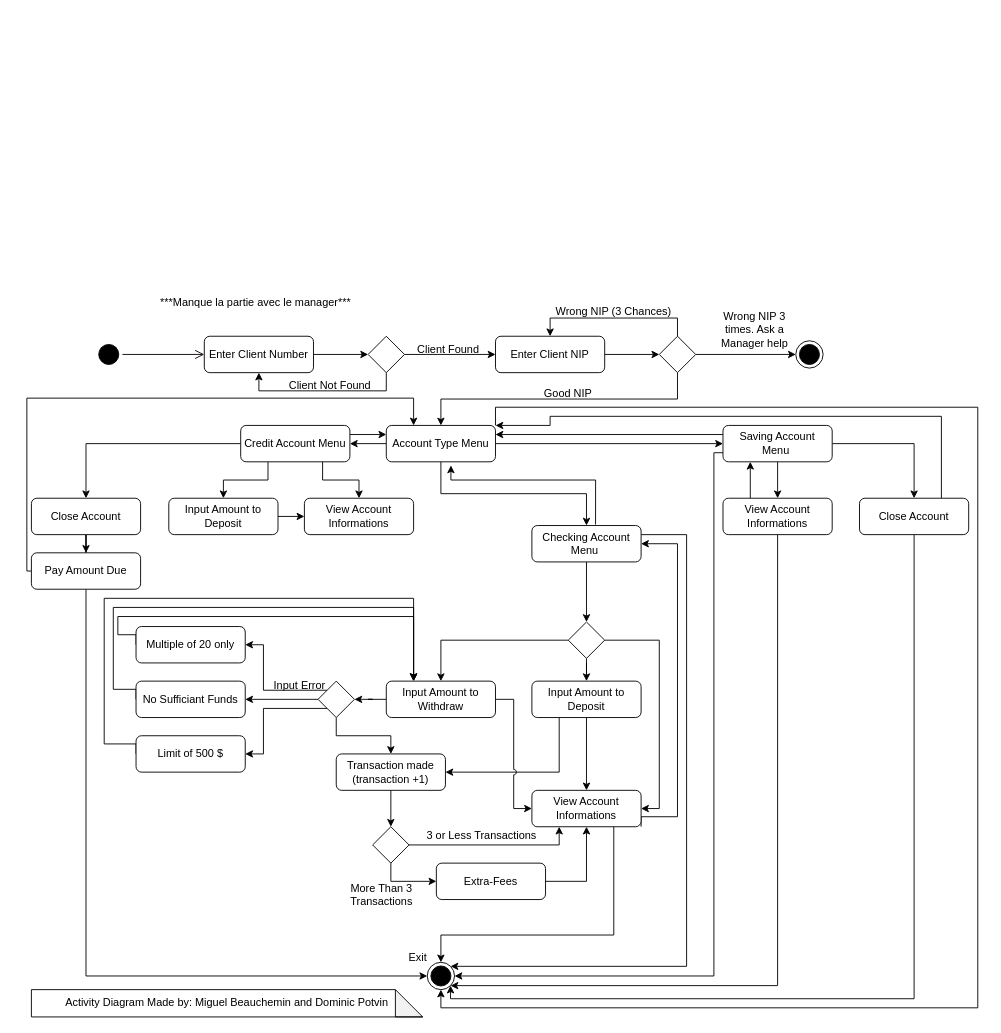
The draw.io diagram Diagramme UML/FortisBankActivityDiagram.drawio in Youpidhou/Fortis_Bank, before the edit. Source tidied: cells renumbered, new cells numbered last; positions are measured from the earlier drawing's top-left corner, leaving out a move shared by most shapes. Both pictures are drawn from the tidied source at 91%, with x=0, y=0 at pixel (26, 288).
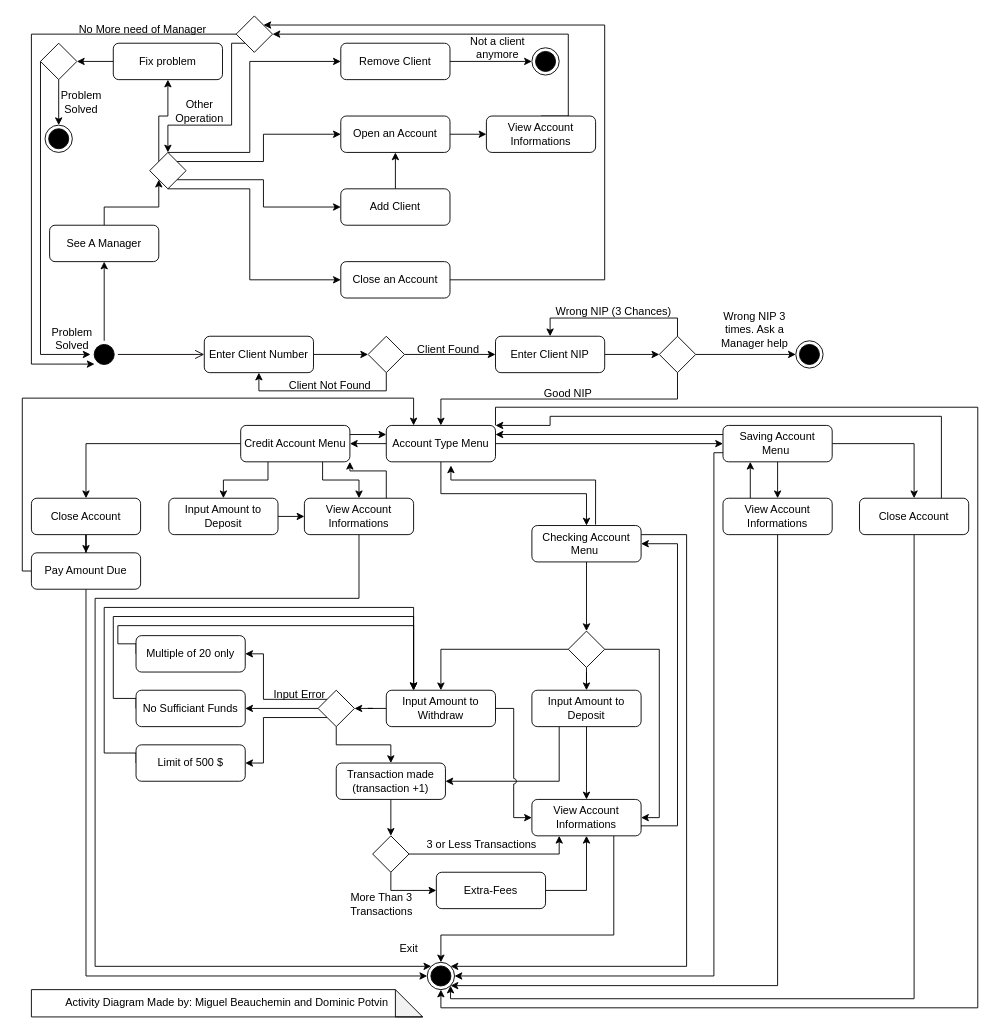
After the change.

Unchanged cells that the change refers to:
```xml
<mxCell id="19" style="ellipse;html=1;shape=endState;fillColor=#000000;strokeColor=#000000;" parent="1" vertex="1">
  <mxGeometry x="440" y="740" width="30" height="30" as="geometry" />
</mxCell>
<mxCell id="36" value="View Account Informations" style="rounded=1;whiteSpace=wrap;html=1;" parent="1" vertex="1">
  <mxGeometry x="305" y="230" width="120" height="40" as="geometry" />
</mxCell>
<mxCell id="41" value="Credit Account Menu" style="rounded=1;whiteSpace=wrap;html=1;" parent="1" vertex="1">
  <mxGeometry x="235" y="150" width="120" height="40" as="geometry" />
</mxCell>
<mxCell id="59" value="Checking Account Menu&amp;nbsp;" style="rounded=1;whiteSpace=wrap;html=1;" parent="1" vertex="1">
  <mxGeometry x="555" y="260" width="120" height="40" as="geometry" />
</mxCell>
<mxCell id="88" value="Pay Amount Due" style="rounded=1;whiteSpace=wrap;html=1;" parent="1" vertex="1">
  <mxGeometry x="5" y="290" width="120" height="40" as="geometry" />
</mxCell>
```

Diff of the diagram source:
```diff
@@
+    <mxCell id="92" style="edgeStyle=orthogonalEdgeStyle;rounded=0;jettySize=auto;html=1;exitX=0.5;exitY=0;exitDx=0;exitDy=0;entryX=0.5;entryY=1;entryDx=0;entryDy=0;" parent="1" edge="1" source="3" target="95">
+      <mxGeometry relative="1" as="geometry" />
+    </mxCell>
     <mxCell id="3" style="ellipse;html=1;shape=startState;fillColor=#000000;strokeColor=#000000;" parent="1" vertex="1">
-      <mxGeometry x="75" y="57" width="30" height="30" as="geometry" />
+      <mxGeometry x="70" y="57" width="30" height="30" as="geometry" />
     </mxCell>
@@
+    <mxCell id="93" style="edgeStyle=orthogonalEdgeStyle;rounded=0;jettySize=auto;html=1;exitX=0.5;exitY=1;exitDx=0;exitDy=0;entryX=0;entryY=0;entryDx=0;entryDy=0;" parent="1" edge="1" source="36" target="19">
+      <mxGeometry relative="1" as="geometry">
+        <Array as="points">
+          <mxPoint x="365" y="340" />
+          <mxPoint x="75" y="340" />
+          <mxPoint x="75" y="744" />
+        </Array>
+      </mxGeometry>
+    </mxCell>
@@
     <mxCell id="46" style="rhombus;whiteSpace=wrap;html=1;" parent="1" vertex="1">
-      <mxGeometry x="595" y="366" width="40" height="40" as="geometry" />
+      <mxGeometry x="595" y="376" width="40" height="40" as="geometry" />
     </mxCell>
@@
     <mxCell id="48" style="edgeStyle=orthogonalEdgeStyle;rounded=0;jettySize=auto;html=1;exitX=0.25;exitY=1;exitDx=0;exitDy=0;entryX=1;entryY=0.5;entryDx=0;entryDy=0;jumpStyle=arc;" parent="1" edge="1" source="49" target="73">
       <mxGeometry relative="1" as="geometry">
         <Array as="points">
-          <mxPoint x="585" y="531" />
+          <mxPoint x="585" y="541" />
         </Array>
       </mxGeometry>
     </mxCell>
     <mxCell id="49" value="Input Amount to Deposit" style="rounded=1;whiteSpace=wrap;html=1;" parent="1" vertex="1">
-      <mxGeometry x="555" y="431" width="120" height="40" as="geometry" />
+      <mxGeometry x="555" y="441" width="120" height="40" as="geometry" />
     </mxCell>
@@
     <mxCell id="52" value="Input Amount to Withdraw" style="rounded=1;whiteSpace=wrap;html=1;" parent="1" vertex="1">
-      <mxGeometry x="395" y="431" width="120" height="40" as="geometry" />
+      <mxGeometry x="395" y="441" width="120" height="40" as="geometry" />
     </mxCell>
-    <mxCell id="53" style="edgeStyle=orthogonalEdgeStyle;rounded=0;jettySize=auto;html=1;exitX=1;exitY=1;exitDx=0;exitDy=0;entryX=1;entryY=0.5;entryDx=0;entryDy=0;" parent="1" edge="1" source="55" target="59">
+    <mxCell id="53" style="edgeStyle=orthogonalEdgeStyle;rounded=0;jettySize=auto;html=1;entryX=1;entryY=0.5;entryDx=0;entryDy=0;exitX=1;exitY=0.75;exitDx=0;exitDy=0;" parent="1" edge="1" source="55" target="59">
       <mxGeometry relative="1" as="geometry">
         <Array as="points">
-          <mxPoint x="715" y="580" />
+          <mxPoint x="675" y="590" />
+          <mxPoint x="715" y="590" />
           <mxPoint x="715" y="280" />
         </Array>
       </mxGeometry>
     </mxCell>
@@
     <mxCell id="55" value="View Account Informations" style="rounded=1;whiteSpace=wrap;html=1;" parent="1" vertex="1">
-      <mxGeometry x="555" y="551" width="120" height="40" as="geometry" />
+      <mxGeometry x="555" y="561" width="120" height="40" as="geometry" />
     </mxCell>
@@
     <mxCell id="61" style="edgeStyle=orthogonalEdgeStyle;rounded=0;jettySize=auto;html=1;exitX=0;exitY=0;exitDx=0;exitDy=0;entryX=1;entryY=0.5;entryDx=0;entryDy=0;" parent="1" edge="1" source="64" target="66">
       <mxGeometry relative="1" as="geometry">
         <Array as="points">
-          <mxPoint x="260" y="441" />
-          <mxPoint x="260" y="391" />
+          <mxPoint x="260" y="451" />
+          <mxPoint x="260" y="401" />
         </Array>
       </mxGeometry>
     </mxCell>
     <mxCell id="62" style="edgeStyle=orthogonalEdgeStyle;rounded=0;jettySize=auto;html=1;exitX=0;exitY=1;exitDx=0;exitDy=0;entryX=1;entryY=0.5;entryDx=0;entryDy=0;" parent="1" edge="1" source="64" target="70">
       <mxGeometry relative="1" as="geometry">
         <Array as="points">
-          <mxPoint x="260" y="461" />
-          <mxPoint x="260" y="511" />
+          <mxPoint x="260" y="471" />
+          <mxPoint x="260" y="521" />
         </Array>
       </mxGeometry>
     </mxCell>
@@
     <mxCell id="64" style="rhombus;whiteSpace=wrap;html=1;" parent="1" vertex="1">
-      <mxGeometry x="320" y="431" width="40" height="40" as="geometry" />
+      <mxGeometry x="320" y="441" width="40" height="40" as="geometry" />
     </mxCell>
     <mxCell id="65" style="edgeStyle=orthogonalEdgeStyle;rounded=0;jettySize=auto;html=1;exitX=0;exitY=0.5;exitDx=0;exitDy=0;entryX=0.25;entryY=0;entryDx=0;entryDy=0;" parent="1" edge="1" source="66" target="52">
       <mxGeometry relative="1" as="geometry">
         <Array as="points">
-          <mxPoint x="120" y="380" />
-          <mxPoint x="100" y="380" />
-          <mxPoint x="100" y="360" />
-          <mxPoint x="425" y="360" />
+          <mxPoint x="120" y="390" />
+          <mxPoint x="100" y="390" />
+          <mxPoint x="100" y="370" />
+          <mxPoint x="425" y="370" />
         </Array>
       </mxGeometry>
     </mxCell>
     <mxCell id="66" value="Multiple of 20 only" style="rounded=1;whiteSpace=wrap;html=1;" parent="1" vertex="1">
-      <mxGeometry x="120" y="371" width="120" height="40" as="geometry" />
+      <mxGeometry x="120" y="381" width="120" height="40" as="geometry" />
     </mxCell>
     <mxCell id="67" style="edgeStyle=orthogonalEdgeStyle;rounded=0;jettySize=auto;html=1;exitX=0;exitY=0.5;exitDx=0;exitDy=0;entryX=0.25;entryY=0;entryDx=0;entryDy=0;" parent="1" edge="1" source="68" target="52">
       <mxGeometry relative="1" as="geometry">
         <Array as="points">
-          <mxPoint x="120" y="440" />
-          <mxPoint x="95" y="440" />
-          <mxPoint x="95" y="350" />
-          <mxPoint x="425" y="350" />
+          <mxPoint x="120" y="450" />
+          <mxPoint x="95" y="450" />
+          <mxPoint x="95" y="360" />
+          <mxPoint x="425" y="360" />
         </Array>
       </mxGeometry>
     </mxCell>
     <mxCell id="68" value="No Sufficiant Funds" style="rounded=1;whiteSpace=wrap;html=1;" parent="1" vertex="1">
-      <mxGeometry x="120" y="431" width="120" height="40" as="geometry" />
+      <mxGeometry x="120" y="441" width="120" height="40" as="geometry" />
     </mxCell>
     <mxCell id="69" style="edgeStyle=orthogonalEdgeStyle;rounded=0;jettySize=auto;html=1;exitX=0;exitY=0.5;exitDx=0;exitDy=0;entryX=0.25;entryY=0;entryDx=0;entryDy=0;" parent="1" edge="1" source="70" target="52">
       <mxGeometry relative="1" as="geometry">
         <Array as="points">
-          <mxPoint x="85" y="500" />
-          <mxPoint x="85" y="340" />
-          <mxPoint x="425" y="340" />
+          <mxPoint x="85" y="510" />
+          <mxPoint x="85" y="350" />
+          <mxPoint x="425" y="350" />
         </Array>
       </mxGeometry>
     </mxCell>
     <mxCell id="70" value="Limit of 500 $" style="rounded=1;whiteSpace=wrap;html=1;" parent="1" vertex="1">
-      <mxGeometry x="120" y="491" width="120" height="40" as="geometry" />
+      <mxGeometry x="120" y="501" width="120" height="40" as="geometry" />
     </mxCell>
     <mxCell id="71" value="Input Error" style="text;html=1;strokeColor=none;fillColor=none;align=center;verticalAlign=middle;whiteSpace=wrap;rounded=0;" parent="1" vertex="1">
-      <mxGeometry x="270" y="421" width="60" height="30" as="geometry" />
+      <mxGeometry x="270" y="431" width="60" height="30" as="geometry" />
     </mxCell>
@@
     <mxCell id="73" value="Transaction made (transaction +1)" style="rounded=1;whiteSpace=wrap;html=1;" parent="1" vertex="1">
-      <mxGeometry x="340" y="511" width="120" height="40" as="geometry" />
+      <mxGeometry x="340" y="521" width="120" height="40" as="geometry" />
     </mxCell>
@@
     <mxCell id="76" style="rhombus;whiteSpace=wrap;html=1;" parent="1" vertex="1">
-      <mxGeometry x="380" y="591" width="40" height="40" as="geometry" />
+      <mxGeometry x="380" y="601" width="40" height="40" as="geometry" />
     </mxCell>
@@
     <mxCell id="78" value="Extra-Fees" style="rounded=1;whiteSpace=wrap;html=1;" parent="1" vertex="1">
-      <mxGeometry x="450" y="631" width="120" height="40" as="geometry" />
+      <mxGeometry x="450" y="641" width="120" height="40" as="geometry" />
     </mxCell>
     <mxCell id="79" value="3 or Less Transactions" style="text;html=1;strokeColor=none;fillColor=none;align=center;verticalAlign=middle;whiteSpace=wrap;rounded=0;" parent="1" vertex="1">
-      <mxGeometry x="430" y="586" width="140" height="30" as="geometry" />
+      <mxGeometry x="430" y="596" width="140" height="30" as="geometry" />
     </mxCell>
     <mxCell id="80" value="More Than 3 Transactions" style="text;html=1;strokeColor=none;fillColor=none;align=center;verticalAlign=middle;whiteSpace=wrap;rounded=0;" parent="1" vertex="1">
-      <mxGeometry x="345" y="651" width="90" height="30" as="geometry" />
+      <mxGeometry x="345" y="661" width="90" height="30" as="geometry" />
     </mxCell>
@@
     <mxCell id="86" style="edgeStyle=orthogonalEdgeStyle;rounded=0;jettySize=auto;html=1;exitX=0;exitY=0.5;exitDx=0;exitDy=0;" parent="1" edge="1" source="88">
       <mxGeometry relative="1" as="geometry">
         <mxPoint x="425" y="150" as="targetPoint" />
         <Array as="points">
-          <mxPoint y="310" />
-          <mxPoint y="120" />
+          <mxPoint x="-5" y="310" />
+          <mxPoint x="-5" y="120" />
           <mxPoint x="425" y="120" />
         </Array>
       </mxGeometry>
     </mxCell>
@@
     <mxCell id="89" value="Exit" style="text;html=1;strokeColor=none;fillColor=none;align=center;verticalAlign=middle;whiteSpace=wrap;rounded=0;" parent="1" vertex="1">
-      <mxGeometry x="400" y="720" width="60" height="30" as="geometry" />
+      <mxGeometry x="390" y="710" width="60" height="30" as="geometry" />
     </mxCell>
@@
-    <mxCell id="91" value="&amp;nbsp;***Manque la partie avec le manager***" style="text;html=1;strokeColor=none;fillColor=none;align=center;verticalAlign=middle;whiteSpace=wrap;rounded=0;" parent="1" vertex="1">
-      <mxGeometry x="120" width="260" height="30" as="geometry" />
-    </mxCell>
+    <mxCell id="94" style="edgeStyle=orthogonalEdgeStyle;rounded=0;jettySize=auto;html=1;entryX=0;entryY=1;entryDx=0;entryDy=0;" parent="1" edge="1" source="95" target="102">
+      <mxGeometry relative="1" as="geometry" />
+    </mxCell>
+    <mxCell id="95" value="See A Manager" style="rounded=1;whiteSpace=wrap;html=1;" parent="1" vertex="1">
+      <mxGeometry x="25" y="-70" width="120" height="40" as="geometry" />
+    </mxCell>
+    <mxCell id="96" value="Remove Client" style="rounded=1;whiteSpace=wrap;html=1;" parent="1" vertex="1">
+      <mxGeometry x="345" y="-270" width="120" height="40" as="geometry" />
+    </mxCell>
+    <mxCell id="97" style="edgeStyle=orthogonalEdgeStyle;rounded=0;jettySize=auto;html=1;exitX=0.5;exitY=0;exitDx=0;exitDy=0;entryX=0;entryY=0.5;entryDx=0;entryDy=0;" parent="1" edge="1" source="102" target="96">
+      <mxGeometry relative="1" as="geometry">
+        <Array as="points">
+          <mxPoint x="245" y="-150" />
+          <mxPoint x="245" y="-250" />
+        </Array>
+      </mxGeometry>
+    </mxCell>
+    <mxCell id="98" style="edgeStyle=orthogonalEdgeStyle;rounded=0;jettySize=auto;html=1;exitX=1;exitY=0;exitDx=0;exitDy=0;entryX=0;entryY=0.5;entryDx=0;entryDy=0;" parent="1" edge="1" source="102" target="104">
+      <mxGeometry relative="1" as="geometry" />
+    </mxCell>
+    <mxCell id="99" style="edgeStyle=orthogonalEdgeStyle;rounded=0;jettySize=auto;html=1;exitX=1;exitY=1;exitDx=0;exitDy=0;entryX=0;entryY=0.5;entryDx=0;entryDy=0;" parent="1" edge="1" source="102" target="106">
+      <mxGeometry relative="1" as="geometry" />
+    </mxCell>
+    <mxCell id="100" style="edgeStyle=orthogonalEdgeStyle;rounded=0;jettySize=auto;html=1;exitX=0.5;exitY=1;exitDx=0;exitDy=0;entryX=0;entryY=0.5;entryDx=0;entryDy=0;" parent="1" edge="1" source="102" target="109">
+      <mxGeometry relative="1" as="geometry">
+        <Array as="points">
+          <mxPoint x="245" y="-110" />
+          <mxPoint x="245" y="-10" />
+        </Array>
+      </mxGeometry>
+    </mxCell>
+    <mxCell id="101" style="edgeStyle=orthogonalEdgeStyle;rounded=0;jettySize=auto;html=1;entryX=0.5;entryY=1;entryDx=0;entryDy=0;exitX=0;exitY=0;exitDx=0;exitDy=0;" parent="1" edge="1" source="102" target="113">
+      <mxGeometry relative="1" as="geometry" />
+    </mxCell>
+    <mxCell id="102" style="rhombus;whiteSpace=wrap;html=1;" parent="1" vertex="1">
+      <mxGeometry x="135" y="-150" width="40" height="40" as="geometry" />
+    </mxCell>
+    <mxCell id="103" style="edgeStyle=orthogonalEdgeStyle;rounded=0;jettySize=auto;html=1;" parent="1" edge="1" source="104" target="121">
+      <mxGeometry relative="1" as="geometry" />
+    </mxCell>
+    <mxCell id="104" value="Open an Account" style="rounded=1;whiteSpace=wrap;html=1;" parent="1" vertex="1">
+      <mxGeometry x="345" y="-190" width="120" height="40" as="geometry" />
+    </mxCell>
+    <mxCell id="105" style="edgeStyle=orthogonalEdgeStyle;rounded=0;jettySize=auto;html=1;" parent="1" edge="1" source="106" target="104">
+      <mxGeometry relative="1" as="geometry" />
+    </mxCell>
+    <mxCell id="106" value="Add Client" style="rounded=1;whiteSpace=wrap;html=1;" parent="1" vertex="1">
+      <mxGeometry x="345" y="-110" width="120" height="40" as="geometry" />
+    </mxCell>
+    <mxCell id="107" style="edgeStyle=orthogonalEdgeStyle;rounded=0;jettySize=auto;html=1;" parent="1" edge="1" source="96" target="116">
+      <mxGeometry relative="1" as="geometry" />
+    </mxCell>
+    <mxCell id="108" style="edgeStyle=orthogonalEdgeStyle;rounded=0;jettySize=auto;html=1;exitX=1;exitY=0.5;exitDx=0;exitDy=0;entryX=1;entryY=0;entryDx=0;entryDy=0;" parent="1" edge="1" source="109" target="124">
+      <mxGeometry relative="1" as="geometry">
+        <Array as="points">
+          <mxPoint x="635" y="-10" />
+          <mxPoint x="635" y="-290" />
+        </Array>
+      </mxGeometry>
+    </mxCell>
+    <mxCell id="109" value="Close an Account" style="rounded=1;whiteSpace=wrap;html=1;" parent="1" vertex="1">
+      <mxGeometry x="345" y="-30" width="120" height="40" as="geometry" />
+    </mxCell>
+    <mxCell id="110" style="edgeStyle=orthogonalEdgeStyle;rounded=0;jettySize=auto;html=1;exitX=0.5;exitY=1;exitDx=0;exitDy=0;" parent="1" edge="1" source="118" target="114">
+      <mxGeometry relative="1" as="geometry" />
+    </mxCell>
+    <mxCell id="111" style="edgeStyle=orthogonalEdgeStyle;rounded=0;jettySize=auto;html=1;exitX=0;exitY=0.5;exitDx=0;exitDy=0;entryX=0;entryY=0.5;entryDx=0;entryDy=0;" parent="1" edge="1" source="118" target="3">
+      <mxGeometry relative="1" as="geometry">
+        <Array as="points">
+          <mxPoint x="15" y="72" />
+        </Array>
+      </mxGeometry>
+    </mxCell>
+    <mxCell id="112" style="edgeStyle=orthogonalEdgeStyle;rounded=0;jettySize=auto;html=1;" parent="1" edge="1" source="113" target="118">
+      <mxGeometry relative="1" as="geometry" />
+    </mxCell>
+    <mxCell id="113" value="Fix problem" style="rounded=1;whiteSpace=wrap;html=1;" parent="1" vertex="1">
+      <mxGeometry x="95" y="-270" width="120" height="40" as="geometry" />
+    </mxCell>
+    <mxCell id="114" style="ellipse;html=1;shape=endState;fillColor=#000000;strokeColor=#000000;" parent="1" vertex="1">
+      <mxGeometry x="20" y="-180" width="30" height="30" as="geometry" />
+    </mxCell>
+    <mxCell id="115" value="Problem &lt;br&gt;Solved" style="text;html=1;strokeColor=none;fillColor=none;align=center;verticalAlign=middle;whiteSpace=wrap;rounded=0;" parent="1" vertex="1">
+      <mxGeometry x="15" y="-220" width="90" height="30" as="geometry" />
+    </mxCell>
+    <mxCell id="116" style="ellipse;html=1;shape=endState;fillColor=#000000;strokeColor=#000000;" parent="1" vertex="1">
+      <mxGeometry x="555" y="-265" width="30" height="30" as="geometry" />
+    </mxCell>
+    <mxCell id="117" value="Not a client anymore" style="text;html=1;strokeColor=none;fillColor=none;align=center;verticalAlign=middle;whiteSpace=wrap;rounded=0;" parent="1" vertex="1">
+      <mxGeometry x="465" y="-280" width="105" height="30" as="geometry" />
+    </mxCell>
+    <mxCell id="118" style="rhombus;whiteSpace=wrap;html=1;" parent="1" vertex="1">
+      <mxGeometry x="15" y="-270" width="40" height="40" as="geometry" />
+    </mxCell>
+    <mxCell id="119" value="Problem &lt;br&gt;Solved" style="text;html=1;strokeColor=none;fillColor=none;align=center;verticalAlign=middle;whiteSpace=wrap;rounded=0;" parent="1" vertex="1">
+      <mxGeometry x="5" y="40" width="90" height="30" as="geometry" />
+    </mxCell>
+    <mxCell id="120" style="edgeStyle=orthogonalEdgeStyle;rounded=0;jettySize=auto;html=1;exitX=0.5;exitY=0;exitDx=0;exitDy=0;entryX=1;entryY=0.5;entryDx=0;entryDy=0;" parent="1" edge="1" source="121" target="124">
+      <mxGeometry relative="1" as="geometry">
+        <Array as="points">
+          <mxPoint x="595" y="-190" />
+          <mxPoint x="595" y="-280" />
+        </Array>
+      </mxGeometry>
+    </mxCell>
+    <mxCell id="121" value="View Account Informations" style="rounded=1;whiteSpace=wrap;html=1;" parent="1" vertex="1">
+      <mxGeometry x="505" y="-190" width="120" height="40" as="geometry" />
+    </mxCell>
+    <mxCell id="122" style="edgeStyle=orthogonalEdgeStyle;rounded=0;jettySize=auto;html=1;exitX=0;exitY=0.5;exitDx=0;exitDy=0;entryX=0;entryY=1;entryDx=0;entryDy=0;" parent="1" edge="1" source="124" target="3">
+      <mxGeometry relative="1" as="geometry">
+        <Array as="points">
+          <mxPoint x="5" y="-280" />
+          <mxPoint x="5" y="83" />
+        </Array>
+      </mxGeometry>
+    </mxCell>
+    <mxCell id="123" style="edgeStyle=orthogonalEdgeStyle;rounded=0;jettySize=auto;html=1;exitX=0;exitY=1;exitDx=0;exitDy=0;entryX=0.5;entryY=0;entryDx=0;entryDy=0;" parent="1" edge="1" source="124" target="102">
+      <mxGeometry relative="1" as="geometry">
+        <Array as="points">
+          <mxPoint x="225" y="-270" />
+          <mxPoint x="225" y="-180" />
+          <mxPoint x="155" y="-180" />
+        </Array>
+      </mxGeometry>
+    </mxCell>
+    <mxCell id="124" style="rhombus;whiteSpace=wrap;html=1;" parent="1" vertex="1">
+      <mxGeometry x="230" y="-300" width="40" height="40" as="geometry" />
+    </mxCell>
+    <mxCell id="125" value="Other &lt;br&gt;Operation" style="text;html=1;strokeColor=none;fillColor=none;align=center;verticalAlign=middle;whiteSpace=wrap;rounded=0;" parent="1" vertex="1">
+      <mxGeometry x="145" y="-210" width="90" height="30" as="geometry" />
+    </mxCell>
+    <mxCell id="126" value="No More need of Manager" style="text;html=1;strokeColor=none;fillColor=none;align=center;verticalAlign=middle;whiteSpace=wrap;rounded=0;" parent="1" vertex="1">
+      <mxGeometry x="40" y="-300" width="175" height="30" as="geometry" />
+    </mxCell>
+    <mxCell id="127" style="endArrow=classic;html=1;rounded=0;entryX=1;entryY=1;entryDx=0;entryDy=0;exitX=0.75;exitY=0;exitDx=0;exitDy=0;" parent="1" edge="1" source="36" target="41">
+      <mxGeometry relative="1" as="geometry">
+        <Array as="points">
+          <mxPoint x="395" y="200" />
+          <mxPoint x="355" y="200" />
+        </Array>
+      </mxGeometry>
+    </mxCell>
```
